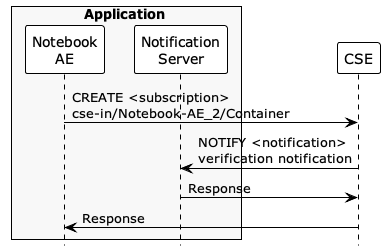
The PlantUML diagram images/06/create_subscription.png in ankraft/onem2m-jupyter-notebooks, before a commit.
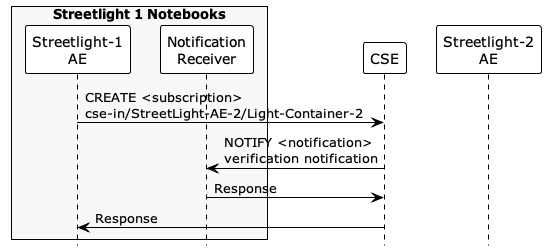
Above is the later version.

Commit message:
Changed notification notebook to the streetlights scenario

What changed in the source:
```diff
@@ -3,15 +3,19 @@
 !theme plain
 skinparam backgroundcolor transparent
 
-box Application #f8f8f8
-participant "Notebook\nAE" as AE
-participant "Notification\nServer" as NS
+box "Streetlight 1 Notebooks" #f8f8f8
+participant "Streetlight-1\nAE" as AE1
+participant "Notification\nReceiver" as NS
 end box
+
 participant "CSE" as CSE
 
-AE -> CSE: CREATE <subscription>\ncse-in/Notebook-AE_2/Container
+participant "Streetlight-2\nAE" as AE2
+
+
+AE1 -> CSE: CREATE <subscription>\ncse-in/StreetLight-AE-2/Light-Container-2
 CSE -> NS: NOTIFY <notification>\nverification notification
 CSE <- NS: Response
-AE <- CSE: Response
+AE1 <- CSE: Response
 
 @enduml
```
